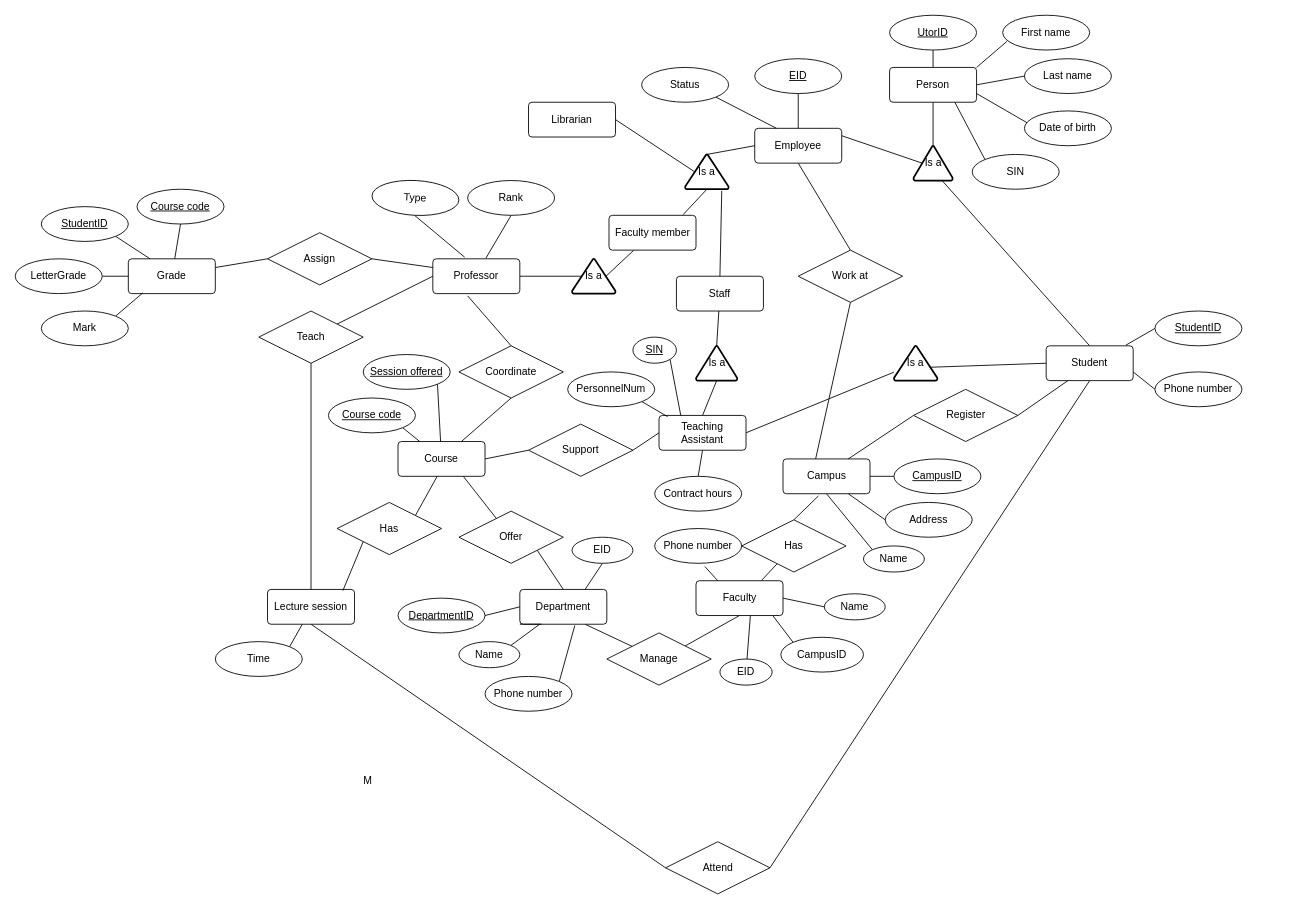
Before: Untitled Diagram.drawio in ListenBuddy/CSC343LAB2, a draw.io diagram. Source tidied: cells renumbered, new cells numbered last; positions are measured from the earlier drawing's top-left corner, leaving out a move shared by most shapes. Both pictures are drawn from the tidied source at 87%, with x=0, y=0 at pixel (15, 15).
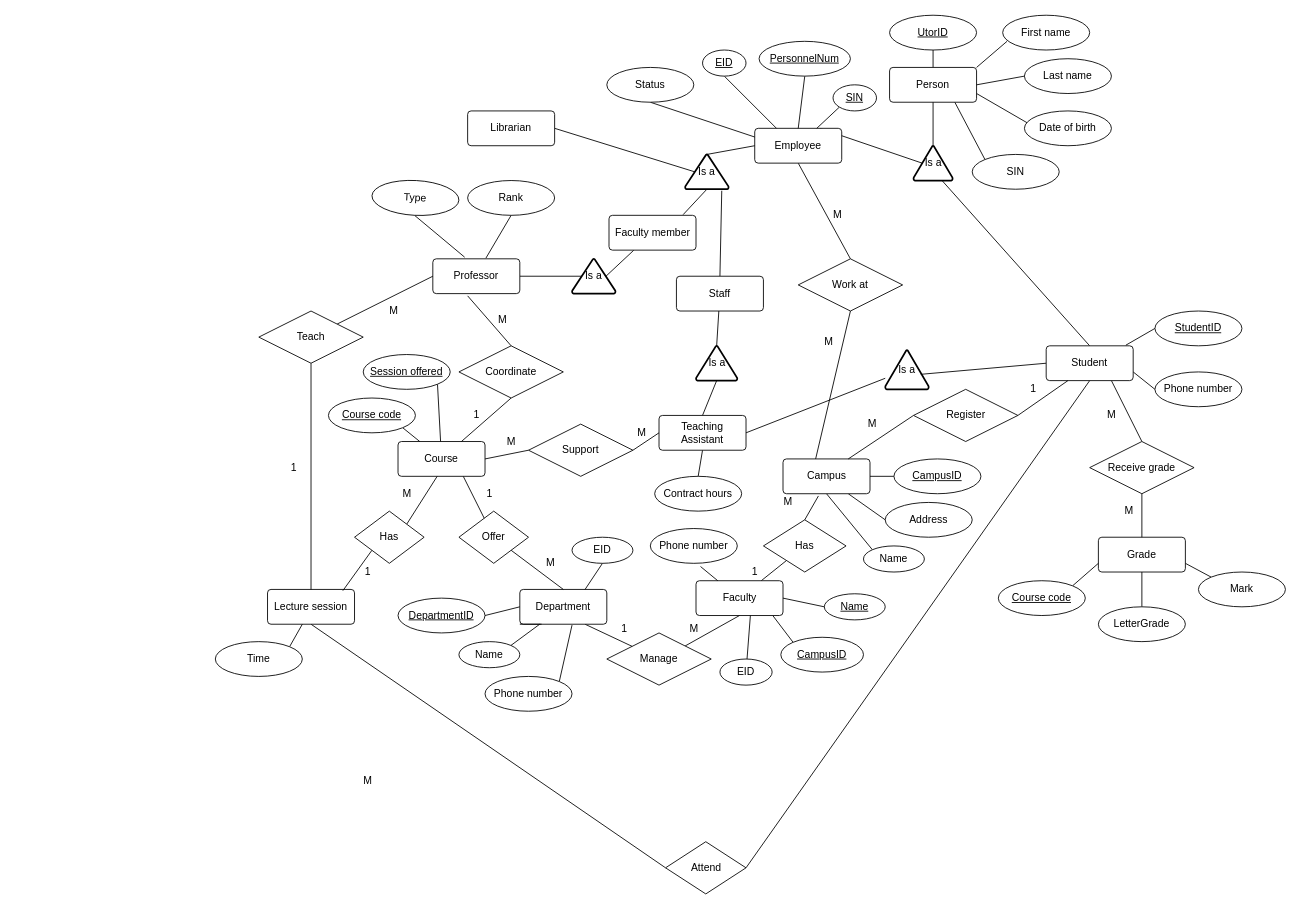
Above is the later version.

The change refers to these unchanged cells:
```xml
<mxCell id="7" value="Department" style="rounded=1;arcSize=10;whiteSpace=wrap;html=1;align=center;" parent="1" vertex="1">
  <mxGeometry x="580" y="660" width="100" height="40" as="geometry" />
</mxCell>
<mxCell id="31" value="Professor" style="rounded=1;arcSize=10;whiteSpace=wrap;html=1;align=center;" parent="1" vertex="1">
  <mxGeometry x="480" y="280" width="100" height="40" as="geometry" />
</mxCell>
<mxCell id="55" value="Employee" style="rounded=1;arcSize=10;whiteSpace=wrap;html=1;align=center;" parent="1" vertex="1">
  <mxGeometry x="850" y="130" width="100" height="40" as="geometry" />
</mxCell>
<mxCell id="67" value="Teaching Assistant" style="rounded=1;arcSize=10;whiteSpace=wrap;html=1;align=center;" parent="1" vertex="1">
  <mxGeometry x="740" y="460" width="100" height="40" as="geometry" />
</mxCell>
<mxCell id="84" value="Student" style="rounded=1;arcSize=10;whiteSpace=wrap;html=1;align=center;" parent="1" vertex="1">
  <mxGeometry x="1185" y="380" width="100" height="40" as="geometry" />
</mxCell>
<mxCell id="95" value="Phone number" style="ellipse;whiteSpace=wrap;html=1;align=center;" parent="1" vertex="1">
  <mxGeometry x="540" y="760" width="100" height="40" as="geometry" />
</mxCell>
```

Diff of the diagram source:
```diff
@@
-    <mxCell id="10" value="Name" style="ellipse;whiteSpace=wrap;html=1;align=center;" parent="1" vertex="1">
+    <mxCell id="10" value="&lt;u&gt;Name&lt;/u&gt;" style="ellipse;whiteSpace=wrap;html=1;align=center;" parent="1" vertex="1">
       <mxGeometry x="930" y="665" width="70" height="30" as="geometry" />
     </mxCell>
@@
     <mxCell id="14" value="Phone number" style="ellipse;whiteSpace=wrap;html=1;align=center;" parent="1" vertex="1">
-      <mxGeometry x="735" y="590" width="100" height="40" as="geometry" />
+      <mxGeometry x="730" y="590" width="100" height="40" as="geometry" />
     </mxCell>
@@
     <mxCell id="18" value="Offer" style="shape=rhombus;perimeter=rhombusPerimeter;whiteSpace=wrap;html=1;align=center;" parent="1" vertex="1">
-      <mxGeometry x="510" y="570" width="120" height="60" as="geometry" />
+      <mxGeometry x="510" y="570" width="80" height="60" as="geometry" />
     </mxCell>
@@
     <mxCell id="33" value="Has" style="shape=rhombus;perimeter=rhombusPerimeter;whiteSpace=wrap;html=1;align=center;" parent="1" vertex="1">
-      <mxGeometry x="835" y="580" width="120" height="60" as="geometry" />
+      <mxGeometry x="860" y="580" width="95" height="60" as="geometry" />
     </mxCell>
@@
     <mxCell id="44" value="Attend" style="shape=rhombus;perimeter=rhombusPerimeter;whiteSpace=wrap;html=1;align=center;" parent="1" vertex="1">
-      <mxGeometry x="747.5" y="950" width="120" height="60" as="geometry" />
+      <mxGeometry x="747.5" y="950" width="92.5" height="60" as="geometry" />
     </mxCell>
@@
     <mxCell id="61" value="Is a" style="strokeWidth=2;html=1;shape=mxgraph.flowchart.extract_or_measurement;whiteSpace=wrap;" parent="1" vertex="1">
-      <mxGeometry x="1010" y="380" width="50" height="40" as="geometry" />
+      <mxGeometry x="1000" y="385" width="50" height="45" as="geometry" />
     </mxCell>
@@
     <mxCell id="63" value="Librarian" style="rounded=1;arcSize=10;whiteSpace=wrap;html=1;align=center;" parent="1" vertex="1">
-      <mxGeometry x="590" y="100" width="100" height="40" as="geometry" />
+      <mxGeometry x="520" y="110" width="100" height="40" as="geometry" />
     </mxCell>
@@
     <mxCell id="80" value="Has" style="shape=rhombus;perimeter=rhombusPerimeter;whiteSpace=wrap;html=1;align=center;" parent="1" vertex="1">
-      <mxGeometry x="370" y="560" width="120" height="60" as="geometry" />
+      <mxGeometry x="390" y="570" width="80" height="60" as="geometry" />
     </mxCell>
@@
+    <mxCell id="140" style="edgeStyle=none;rounded=0;jettySize=auto;html=1;exitX=0.75;exitY=1;exitDx=0;exitDy=0;entryX=0.5;entryY=0;entryDx=0;entryDy=0;endArrow=none;endFill=0;" parent="1" edge="1" source="84" target="159">
+      <mxGeometry relative="1" as="geometry" />
+    </mxCell>
@@
     <mxCell id="92" value="Work at" style="shape=rhombus;perimeter=rhombusPerimeter;whiteSpace=wrap;html=1;align=center;" parent="1" vertex="1">
-      <mxGeometry x="900" y="270" width="120" height="60" as="geometry" />
+      <mxGeometry x="900" y="280" width="120" height="60" as="geometry" />
     </mxCell>
@@
-    <mxCell id="94" style="edgeStyle=none;rounded=0;jettySize=auto;html=1;exitX=1;exitY=0;exitDx=0;exitDy=0;entryX=0.632;entryY=1.036;entryDx=0;entryDy=0;entryPerimeter=0;endArrow=none;endFill=0;" parent="1" edge="1" source="95" target="7">
-      <mxGeometry relative="1" as="geometry" />
+    <mxCell id="94" style="edgeStyle=none;rounded=0;jettySize=auto;html=1;exitX=1;exitY=0;exitDx=0;exitDy=0;endArrow=none;endFill=0;" parent="1" edge="1" source="95">
+      <mxGeometry relative="1" as="geometry">
+        <mxPoint x="640" y="701" as="targetPoint" />
+      </mxGeometry>
     </mxCell>
@@
-    <mxCell id="99" value="CampusID" style="ellipse;whiteSpace=wrap;html=1;align=center;" parent="1" vertex="1">
+    <mxCell id="99" value="&lt;u&gt;CampusID&lt;/u&gt;" style="ellipse;whiteSpace=wrap;html=1;align=center;" parent="1" vertex="1">
       <mxGeometry x="880" y="715" width="95" height="40" as="geometry" />
     </mxCell>
@@
-    <mxCell id="109" style="edgeStyle=none;rounded=0;jettySize=auto;html=1;exitX=0.5;exitY=1;exitDx=0;exitDy=0;entryX=0.5;entryY=0;entryDx=0;entryDy=0;endArrow=none;endFill=0;" parent="1" edge="1" source="110" target="55">
+    <mxCell id="109" style="edgeStyle=none;rounded=0;jettySize=auto;html=1;exitX=0.5;exitY=1;exitDx=0;exitDy=0;endArrow=none;endFill=0;entryX=0.25;entryY=0;entryDx=0;entryDy=0;" parent="1" edge="1" source="110" target="55">
       <mxGeometry relative="1" as="geometry" />
     </mxCell>
     <mxCell id="110" value="EID" style="ellipse;whiteSpace=wrap;html=1;align=center;fontStyle=4;" parent="1" vertex="1">
-      <mxGeometry x="850" y="50" width="100" height="40" as="geometry" />
+      <mxGeometry x="790" y="40" width="50" height="30" as="geometry" />
     </mxCell>
@@
-    <mxCell id="113" style="edgeStyle=none;rounded=0;jettySize=auto;html=1;exitX=1;exitY=1;exitDx=0;exitDy=0;entryX=0.25;entryY=0;entryDx=0;entryDy=0;endArrow=none;endFill=0;" parent="1" edge="1" source="114" target="55">
+    <mxCell id="113" style="edgeStyle=none;rounded=0;jettySize=auto;html=1;exitX=0.5;exitY=1;exitDx=0;exitDy=0;entryX=0;entryY=0.25;entryDx=0;entryDy=0;endArrow=none;endFill=0;" parent="1" edge="1" source="114" target="55">
       <mxGeometry relative="1" as="geometry" />
     </mxCell>
     <mxCell id="114" value="Status" style="ellipse;whiteSpace=wrap;html=1;align=center;" parent="1" vertex="1">
-      <mxGeometry x="720" y="60" width="100" height="40" as="geometry" />
+      <mxGeometry x="680" y="60" width="100" height="40" as="geometry" />
     </mxCell>
@@
-    <mxCell id="124" style="edgeStyle=none;rounded=0;jettySize=auto;html=1;exitX=1;exitY=0.25;exitDx=0;exitDy=0;entryX=0;entryY=0.5;entryDx=0;entryDy=0;endArrow=none;endFill=0;" parent="1" edge="1" source="125" target="127">
-      <mxGeometry relative="1" as="geometry" />
-    </mxCell>
+    <mxCell id="141" style="edgeStyle=none;rounded=0;jettySize=auto;html=1;exitX=1;exitY=0.75;exitDx=0;exitDy=0;entryX=0;entryY=0;entryDx=0;entryDy=0;endArrow=none;endFill=0;" parent="1" edge="1" source="125" target="135">
+      <mxGeometry relative="1" as="geometry" />
+    </mxCell>
     <mxCell id="125" value="Grade" style="rounded=1;arcSize=10;whiteSpace=wrap;html=1;align=center;" parent="1" vertex="1">
-      <mxGeometry x="130" y="280" width="100" height="40" as="geometry" />
+      <mxGeometry x="1245" y="600" width="100" height="40" as="geometry" />
     </mxCell>
-    <mxCell id="126" style="edgeStyle=none;rounded=0;jettySize=auto;html=1;exitX=1;exitY=0.5;exitDx=0;exitDy=0;entryX=0;entryY=0.25;entryDx=0;entryDy=0;endArrow=none;endFill=0;" parent="1" edge="1" source="127" target="31">
-      <mxGeometry relative="1" as="geometry" />
-    </mxCell>
-    <mxCell id="127" value="Assign" style="shape=rhombus;perimeter=rhombusPerimeter;whiteSpace=wrap;html=1;align=center;" parent="1" vertex="1">
-      <mxGeometry x="290" y="250" width="120" height="60" as="geometry" />
-    </mxCell>
-    <mxCell id="128" style="edgeStyle=none;rounded=0;jettySize=auto;html=1;exitX=1;exitY=1;exitDx=0;exitDy=0;entryX=0.099;entryY=0.036;entryDx=0;entryDy=0;endArrow=none;endFill=0;entryPerimeter=0;" parent="1" edge="1" source="129" target="67">
-      <mxGeometry relative="1" as="geometry" />
-    </mxCell>
+    <mxCell id="142" style="edgeStyle=none;rounded=0;jettySize=auto;html=1;exitX=0.5;exitY=1;exitDx=0;exitDy=0;entryX=0.5;entryY=0;entryDx=0;entryDy=0;endArrow=none;endFill=0;" parent="1" edge="1" source="129" target="55">
+      <mxGeometry relative="1" as="geometry" />
+    </mxCell>
-    <mxCell id="129" value="PersonnelNum" style="ellipse;whiteSpace=wrap;html=1;align=center;" parent="1" vertex="1">
-      <mxGeometry x="635" y="410" width="100" height="40" as="geometry" />
+    <mxCell id="129" value="&lt;u&gt;PersonnelNum&lt;/u&gt;" style="ellipse;whiteSpace=wrap;html=1;align=center;" parent="1" vertex="1">
+      <mxGeometry x="855" y="30" width="105" height="40" as="geometry" />
     </mxCell>
-    <mxCell id="130" style="edgeStyle=none;rounded=0;jettySize=auto;html=1;exitX=1;exitY=1;exitDx=0;exitDy=0;entryX=0.25;entryY=0;entryDx=0;entryDy=0;endArrow=none;endFill=0;" parent="1" edge="1" source="131" target="67">
-      <mxGeometry relative="1" as="geometry" />
-    </mxCell>
+    <mxCell id="143" style="edgeStyle=none;rounded=0;jettySize=auto;html=1;exitX=0;exitY=1;exitDx=0;exitDy=0;endArrow=none;endFill=0;" parent="1" edge="1" source="131" target="55">
+      <mxGeometry relative="1" as="geometry" />
+    </mxCell>
     <mxCell id="131" value="SIN" style="ellipse;whiteSpace=wrap;html=1;align=center;fontStyle=4;" parent="1" vertex="1">
-      <mxGeometry x="710" y="370" width="50" height="30" as="geometry" />
+      <mxGeometry x="940" y="80" width="50" height="30" as="geometry" />
     </mxCell>
-    <mxCell id="132" style="edgeStyle=none;rounded=0;jettySize=auto;html=1;exitX=1;exitY=0.5;exitDx=0;exitDy=0;entryX=0;entryY=0.5;entryDx=0;entryDy=0;endArrow=none;endFill=0;" parent="1" edge="1" source="133" target="125">
+    <mxCell id="132" style="edgeStyle=none;rounded=0;jettySize=auto;html=1;exitX=0.5;exitY=0;exitDx=0;exitDy=0;entryX=0.5;entryY=1;entryDx=0;entryDy=0;endArrow=none;endFill=0;" parent="1" edge="1" source="133" target="125">
       <mxGeometry relative="1" as="geometry" />
     </mxCell>
     <mxCell id="133" value="LetterGrade" style="ellipse;whiteSpace=wrap;html=1;align=center;" parent="1" vertex="1">
-      <mxGeometry y="280" width="100" height="40" as="geometry" />
+      <mxGeometry x="1245" y="680" width="100" height="40" as="geometry" />
     </mxCell>
-    <mxCell id="134" style="edgeStyle=none;rounded=0;jettySize=auto;html=1;exitX=1;exitY=0;exitDx=0;exitDy=0;entryX=0.166;entryY=0.981;entryDx=0;entryDy=0;entryPerimeter=0;endArrow=none;endFill=0;" parent="1" edge="1" source="135" target="125">
-      <mxGeometry relative="1" as="geometry" />
-    </mxCell>
     <mxCell id="135" value="Mark" style="ellipse;whiteSpace=wrap;html=1;align=center;" parent="1" vertex="1">
-      <mxGeometry x="30" y="340" width="100" height="40" as="geometry" />
+      <mxGeometry x="1360" y="640" width="100" height="40" as="geometry" />
     </mxCell>
-    <mxCell id="136" style="edgeStyle=none;rounded=0;jettySize=auto;html=1;exitX=1;exitY=1;exitDx=0;exitDy=0;entryX=0.25;entryY=0;entryDx=0;entryDy=0;endArrow=none;endFill=0;" parent="1" edge="1" source="137" target="125">
-      <mxGeometry relative="1" as="geometry" />
-    </mxCell>
-    <mxCell id="137" value="StudentID" style="ellipse;whiteSpace=wrap;html=1;align=center;fontStyle=4;" parent="1" vertex="1">
-      <mxGeometry x="30" y="220" width="100" height="40" as="geometry" />
-    </mxCell>
-    <mxCell id="138" style="edgeStyle=none;rounded=0;jettySize=auto;html=1;exitX=0.5;exitY=1;exitDx=0;exitDy=0;endArrow=none;endFill=0;" parent="1" edge="1" source="139" target="125">
+    <mxCell id="138" style="edgeStyle=none;rounded=0;jettySize=auto;html=1;exitX=1;exitY=0;exitDx=0;exitDy=0;entryX=0;entryY=0.75;entryDx=0;entryDy=0;endArrow=none;endFill=0;" parent="1" edge="1" source="139" target="125">
       <mxGeometry relative="1" as="geometry" />
     </mxCell>
     <mxCell id="139" value="Course code" style="ellipse;whiteSpace=wrap;html=1;align=center;fontStyle=4;" parent="1" vertex="1">
-      <mxGeometry x="140" y="200" width="100" height="40" as="geometry" />
+      <mxGeometry x="1130" y="650" width="100" height="40" as="geometry" />
     </mxCell>
+    <mxCell id="144" value="M" style="text;html=1;align=center;verticalAlign=middle;" parent="1" vertex="1">
+      <mxGeometry x="930" y="220" width="30" height="20" as="geometry" />
+    </mxCell>
+    <mxCell id="145" value="M" style="text;html=1;align=center;verticalAlign=middle;" parent="1" vertex="1">
+      <mxGeometry x="920" y="365" width="30" height="20" as="geometry" />
+    </mxCell>
+    <mxCell id="146" value="1" style="text;html=1;align=center;verticalAlign=middle;" parent="1" vertex="1">
+      <mxGeometry x="1160" y="420" width="20" height="20" as="geometry" />
+    </mxCell>
+    <mxCell id="147" value="M" style="text;html=1;align=center;verticalAlign=middle;" parent="1" vertex="1">
+      <mxGeometry x="970" y="460" width="30" height="20" as="geometry" />
+    </mxCell>
+    <mxCell id="148" value="1" style="text;html=1;align=center;verticalAlign=middle;" parent="1" vertex="1">
+      <mxGeometry x="840" y="630" width="20" height="20" as="geometry" />
+    </mxCell>
+    <mxCell id="149" value="M" style="text;html=1;align=center;verticalAlign=middle;" parent="1" vertex="1">
+      <mxGeometry x="872.5" y="550" width="30" height="20" as="geometry" />
+    </mxCell>
+    <mxCell id="150" value="M" style="text;html=1;align=center;verticalAlign=middle;" parent="1" vertex="1">
+      <mxGeometry x="765" y="695" width="30" height="20" as="geometry" />
+    </mxCell>
+    <mxCell id="151" value="1" style="text;html=1;align=center;verticalAlign=middle;" parent="1" vertex="1">
+      <mxGeometry x="690" y="695" width="20" height="20" as="geometry" />
+    </mxCell>
+    <mxCell id="152" value="M" style="text;html=1;align=center;verticalAlign=middle;" parent="1" vertex="1">
+      <mxGeometry x="600" y="620" width="30" height="20" as="geometry" />
+    </mxCell>
+    <mxCell id="153" value="1" style="text;html=1;align=center;verticalAlign=middle;" parent="1" vertex="1">
+      <mxGeometry x="535" y="540" width="20" height="20" as="geometry" />
+    </mxCell>
+    <mxCell id="154" value="1" style="text;html=1;align=center;verticalAlign=middle;" parent="1" vertex="1">
+      <mxGeometry x="395" y="630" width="20" height="20" as="geometry" />
+    </mxCell>
+    <mxCell id="155" value="M" style="text;html=1;align=center;verticalAlign=middle;" parent="1" vertex="1">
+      <mxGeometry x="435" y="540" width="30" height="20" as="geometry" />
+    </mxCell>
+    <mxCell id="156" value="M" style="text;html=1;align=center;verticalAlign=middle;" parent="1" vertex="1">
+      <mxGeometry x="420" y="330" width="30" height="20" as="geometry" />
+    </mxCell>
+    <mxCell id="157" value="1" style="text;html=1;align=center;verticalAlign=middle;" parent="1" vertex="1">
+      <mxGeometry x="310" y="510" width="20" height="20" as="geometry" />
+    </mxCell>
+    <mxCell id="158" style="edgeStyle=none;rounded=0;jettySize=auto;html=1;exitX=0.5;exitY=1;exitDx=0;exitDy=0;entryX=0.5;entryY=0;entryDx=0;entryDy=0;endArrow=none;endFill=0;" parent="1" edge="1" source="159" target="125">
+      <mxGeometry relative="1" as="geometry" />
+    </mxCell>
+    <mxCell id="159" value="Receive grade" style="shape=rhombus;perimeter=rhombusPerimeter;whiteSpace=wrap;html=1;align=center;" parent="1" vertex="1">
+      <mxGeometry x="1235" y="490" width="120" height="60" as="geometry" />
+    </mxCell>
+    <mxCell id="160" style="edgeStyle=none;rounded=0;orthogonalLoop=1;jettySize=auto;html=1;exitX=1;exitY=0.5;exitDx=0;exitDy=0;endArrow=none;endFill=0;" parent="1" edge="1" source="18" target="18">
+      <mxGeometry relative="1" as="geometry" />
+    </mxCell>
+    <mxCell id="161" value="M" style="text;html=1;align=center;verticalAlign=middle;" parent="1" vertex="1">
+      <mxGeometry x="1245" y="450" width="30" height="20" as="geometry" />
+    </mxCell>
+    <mxCell id="162" value="M" style="text;html=1;align=center;verticalAlign=middle;" parent="1" vertex="1">
+      <mxGeometry x="1265" y="560" width="30" height="20" as="geometry" />
+    </mxCell>
+    <mxCell id="163" value="M" style="text;html=1;align=center;verticalAlign=middle;" parent="1" vertex="1">
+      <mxGeometry x="545" y="340" width="30" height="20" as="geometry" />
+    </mxCell>
+    <mxCell id="164" value="1" style="text;html=1;align=center;verticalAlign=middle;" parent="1" vertex="1">
+      <mxGeometry x="520" y="450" width="20" height="20" as="geometry" />
+    </mxCell>
+    <mxCell id="165" value="M" style="text;html=1;align=center;verticalAlign=middle;" parent="1" vertex="1">
+      <mxGeometry x="555" y="480" width="30" height="20" as="geometry" />
+    </mxCell>
+    <mxCell id="166" value="M" style="text;html=1;align=center;verticalAlign=middle;" parent="1" vertex="1">
+      <mxGeometry x="705" y="470" width="30" height="20" as="geometry" />
+    </mxCell>
```
